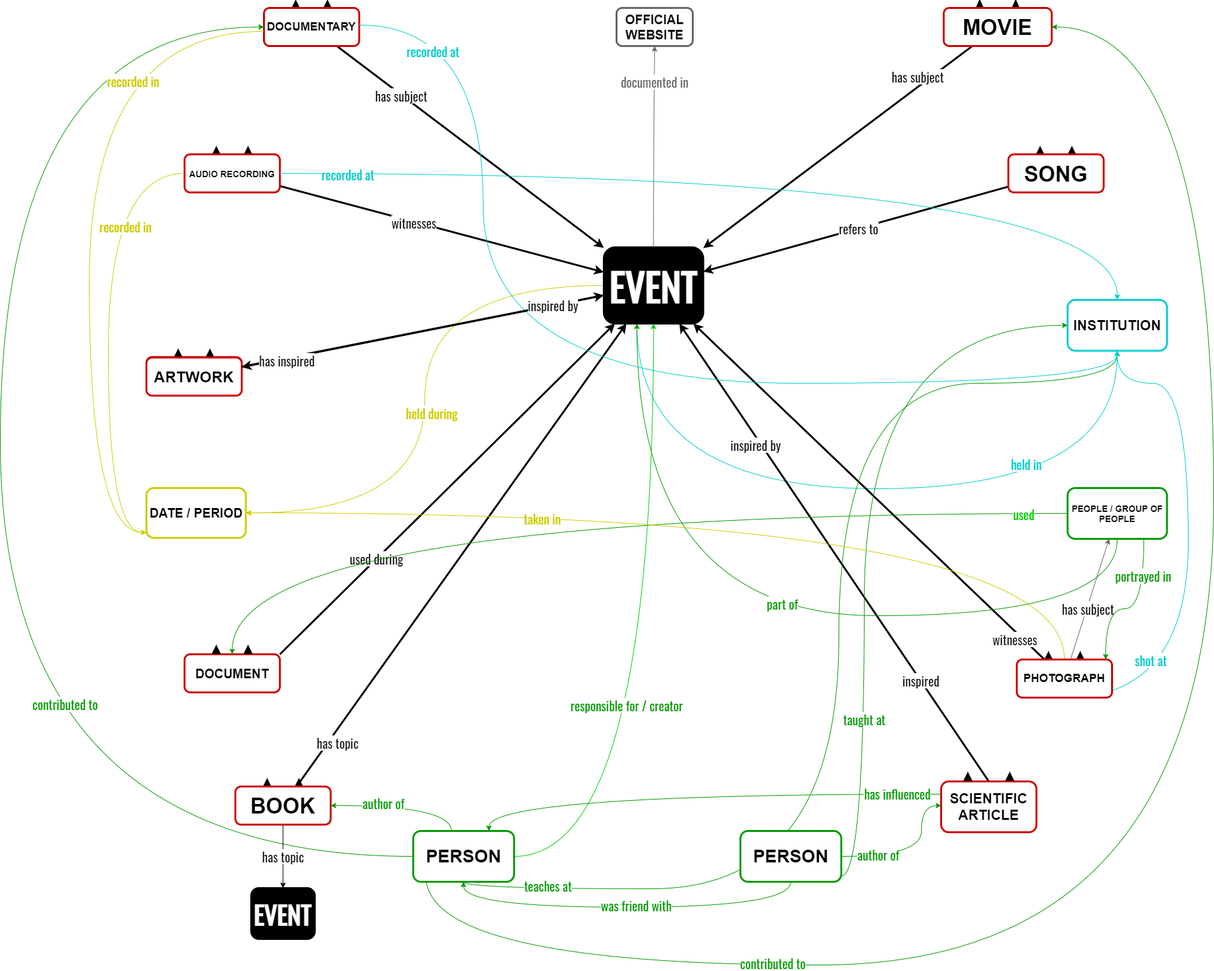
Before: assets/img/lucifer/SPE_Enhanced_ER_Model.png, a diagram exported from draw.io (lauratravaglini/spelod.github.io). Source tidied: cells renumbered, new cells last; positions are measured from the earlier drawing's top-left corner, leaving out a move shared by most shapes.
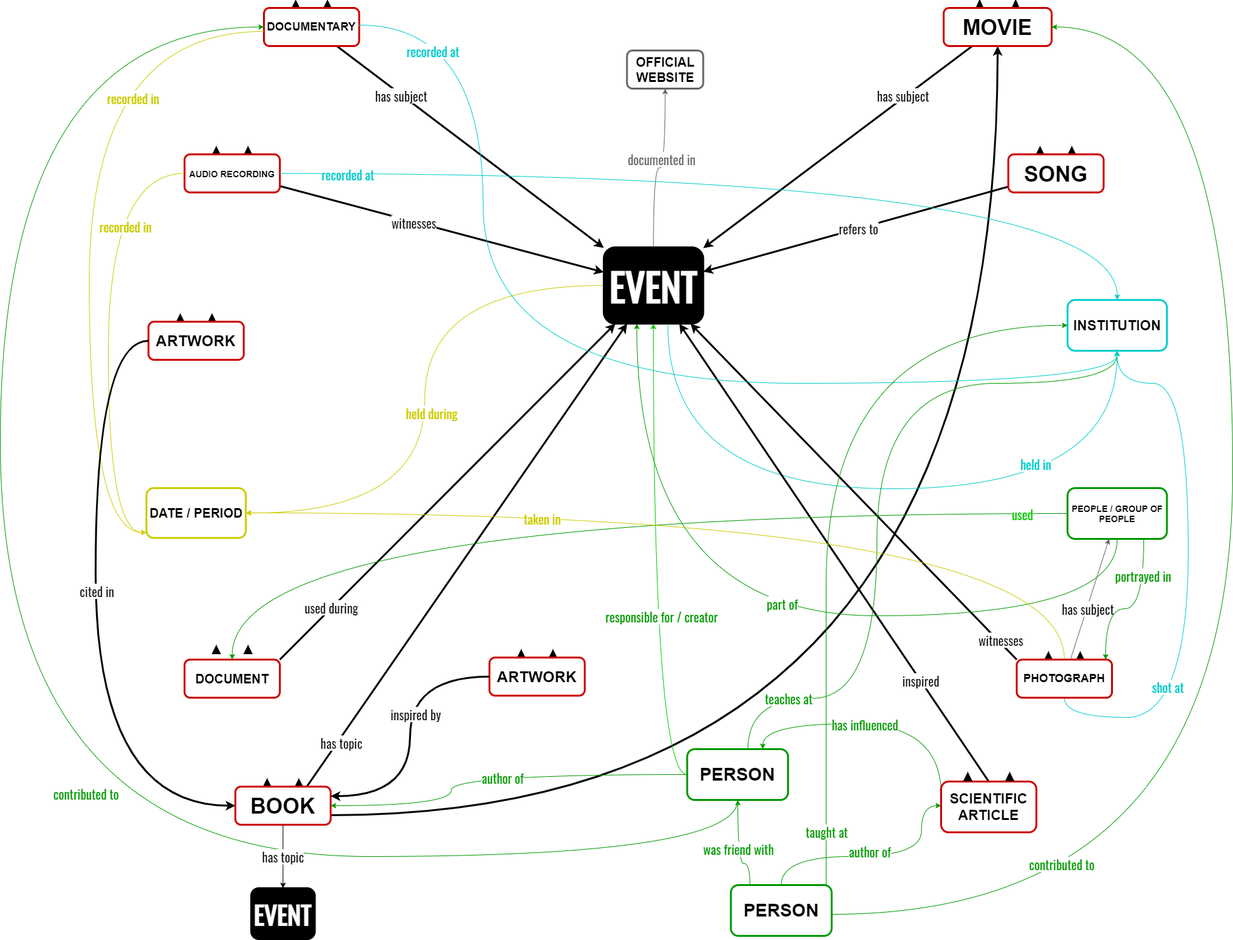
The same file after the commit.

Diff of the diagram source:
```diff
@@ -4,6 +4,9 @@
     <mxCell id="1" parent="0" />
+    <mxCell id="118" style="edgeStyle=orthogonalEdgeStyle;curved=1;rounded=0;jettySize=auto;html=1;fontSize=20;fontColor=#000000;strokeColor=#000800;strokeWidth=3;exitX=1;exitY=0.75;exitDx=0;exitDy=0;" parent="1" edge="1" source="52" target="39">
+      <mxGeometry relative="1" as="geometry" />
+    </mxCell>
-    <mxCell id="2" style="edgeStyle=orthogonalEdgeStyle;curved=1;rounded=0;jettySize=auto;html=1;fontSize=16;fontColor=#00CCcc;strokeColor=#00CCcc;strokeWidth=1;" parent="1" edge="1" source="8" target="76">
+    <mxCell id="2" style="edgeStyle=orthogonalEdgeStyle;curved=1;rounded=0;jettySize=auto;html=1;fontSize=16;fontColor=#00CCcc;strokeColor=#00CCcc;strokeWidth=1;exitX=0.645;exitY=1.017;exitDx=0;exitDy=0;exitPerimeter=0;" parent="1" edge="1" source="8" target="76">
       <mxGeometry relative="1" as="geometry">
         <Array as="points">
-          <mxPoint x="1002" y="767" />
+          <mxPoint x="1051" y="767" />
           <mxPoint x="1758" y="767" />
@@ -29,3 +32,5 @@
     <mxCell id="7" value="&lt;font color=&quot;#666666&quot; style=&quot;font-size: 20px;&quot;&gt;documented in&lt;/font&gt;" style="edgeLabel;html=1;align=center;verticalAlign=middle;fontSize=20;fontColor=#000000;fontFamily=Oswald;" parent="6" vertex="1">
-      <mxGeometry x="0.65" y="1" relative="1" as="geometry" />
+      <mxGeometry x="0.65" y="1" relative="1" as="geometry">
+        <mxPoint x="-6" y="64" as="offset" />
+      </mxGeometry>
     </mxCell>
@@ -68,6 +73,6 @@
       <mxGeometry x="-0.38" y="1" relative="1" as="geometry">
-        <mxPoint x="-11" y="9" as="offset" />
+        <mxPoint x="-82" y="80" as="offset" />
       </mxGeometry>
     </mxCell>
-    <mxCell id="18" style="edgeStyle=none;rounded=0;jettySize=auto;html=1;fontSize=38;fontColor=#666;strokeWidth=3;" parent="1" edge="1" source="52" target="8">
+    <mxCell id="18" style="edgeStyle=none;rounded=0;jettySize=auto;html=1;fontSize=38;fontColor=#666;strokeWidth=3;exitX=0.75;exitY=0;exitDx=0;exitDy=0;" parent="1" edge="1" source="52" target="8">
       <mxGeometry relative="1" as="geometry" />
@@ -84,3 +89,3 @@
       <mxGeometry x="-0.26" y="-2" relative="1" as="geometry">
-        <mxPoint x="72" y="-70" as="offset" />
+        <mxPoint x="49" y="-40" as="offset" />
       </mxGeometry>
@@ -95,3 +100,3 @@
     </mxCell>
-    <mxCell id="24" style="edgeStyle=none;rounded=0;jettySize=auto;html=1;fontFamily=Oswald;fontSource=https%3A%2F%2Ffonts.googleapis.com%2Fcss%3Ffamily%3DOswald;fontSize=16;strokeWidth=3;" parent="1" edge="1" source="101" target="8">
+    <mxCell id="24" style="edgeStyle=none;rounded=0;jettySize=auto;html=1;fontFamily=Oswald;fontSource=https%3A%2F%2Ffonts.googleapis.com%2Fcss%3Ffamily%3DOswald;fontSize=16;strokeWidth=3;exitX=0;exitY=0;exitDx=0;exitDy=0;" parent="1" edge="1" source="101" target="8">
       <mxGeometry relative="1" as="geometry" />
@@ -159,16 +164,4 @@
     </mxCell>
-    <mxCell id="44" style="group;fontSize=15;" parent="1" vertex="1">
-      <mxGeometry x="230" y="549.8" width="150" height="70" as="geometry" />
-    </mxCell>
-    <mxCell id="45" style="triangle;whiteSpace=wrap;html=1;strokeColor=#000000;strokeWidth=3;fillColor=#000000;rotation=-90;" parent="44" vertex="1">
-      <mxGeometry x="45" width="10" height="10" as="geometry" />
-    </mxCell>
-    <mxCell id="46" style="triangle;whiteSpace=wrap;html=1;strokeColor=#000000;strokeWidth=3;fillColor=#000000;rotation=-90;" parent="44" vertex="1">
-      <mxGeometry x="95" width="10" height="10" as="geometry" />
-    </mxCell>
-    <mxCell id="47" value="&lt;b&gt;&lt;font style=&quot;font-size: 24px&quot;&gt;ARTWORK&lt;/font&gt;&lt;/b&gt;" style="rounded=1;whiteSpace=wrap;html=1;strokeWidth=3;strokeColor=#CC0000;" parent="44" vertex="1">
-      <mxGeometry y="10" width="150" height="60" as="geometry" />
-    </mxCell>
     <mxCell id="48" value="&lt;font face=&quot;helvetica&quot; size=&quot;1&quot;&gt;&lt;b style=&quot;font-size: 20px&quot;&gt;DOCUMENT&lt;/b&gt;&lt;/font&gt;" style="rounded=1;whiteSpace=wrap;html=1;strokeWidth=3;strokeColor=#CC0000;" parent="1" vertex="1">
-      <mxGeometry x="290" y="1027.8" width="150" height="60" as="geometry" />
+      <mxGeometry x="290" y="1036" width="150" height="60" as="geometry" />
     </mxCell>
@@ -187,3 +180,3 @@
     <mxCell id="53" style="group;fontSize=15;" parent="1" vertex="1">
-      <mxGeometry x="230" y="550.5" width="150" height="70" as="geometry" />
+      <mxGeometry x="233.2" y="494" width="150" height="70" as="geometry" />
     </mxCell>
@@ -223,3 +216,7 @@
     <mxCell id="62" style="edgeStyle=orthogonalEdgeStyle;curved=1;rounded=0;jettySize=auto;html=1;fontSize=24;strokeWidth=1;fontColor=#00CC00;strokeColor=#00CC00;" parent="1" edge="1" source="74" target="8">
-      <mxGeometry relative="1" as="geometry" />
+      <mxGeometry relative="1" as="geometry">
+        <Array as="points">
+          <mxPoint x="1028" y="1217" />
+        </Array>
+      </mxGeometry>
     </mxCell>
@@ -227,10 +224,12 @@
       <mxGeometry x="0.2" y="-3" relative="1" as="geometry">
-        <mxPoint x="-46" y="178" as="offset" />
+        <mxPoint x="9" y="157" as="offset" />
       </mxGeometry>
     </mxCell>
-    <mxCell id="64" style="edgeStyle=orthogonalEdgeStyle;curved=1;rounded=0;jettySize=auto;html=1;fontSize=24;fontColor=#00CC00;strokeWidth=1;strokeColor=#009900;" parent="1" edge="1" source="74" target="76">
+    <mxCell id="64" style="edgeStyle=orthogonalEdgeStyle;curved=1;rounded=0;jettySize=auto;html=1;fontSize=24;fontColor=#00CC00;strokeWidth=1;strokeColor=#009900;exitX=0.603;exitY=0;exitDx=0;exitDy=0;exitPerimeter=0;" parent="1" edge="1" source="74" target="76">
       <mxGeometry relative="1" as="geometry">
         <Array as="points">
-          <mxPoint x="1320" y="1397" />
-          <mxPoint x="1320" y="601" />
+          <mxPoint x="1177" y="1097" />
+          <mxPoint x="1380" y="1097" />
+          <mxPoint x="1380" y="601" />
+          <mxPoint x="1758" y="601" />
         </Array>
@@ -240,17 +239,5 @@
       <mxGeometry x="-0.81" y="28" relative="1" as="geometry">
-        <mxPoint x="-37" y="22" as="offset" />
+        <mxPoint x="29" y="27" as="offset" />
       </mxGeometry>
     </mxCell>
-    <mxCell id="66" style="edgeStyle=orthogonalEdgeStyle;curved=1;rounded=0;jettySize=auto;html=1;fontSize=24;fontColor=#00CC00;strokeWidth=1;strokeColor=#009900;" parent="1" edge="1" source="74" target="52">
-      <mxGeometry relative="1" as="geometry">
-        <Array as="points">
-          <mxPoint x="710" y="1266" />
-        </Array>
-      </mxGeometry>
-    </mxCell>
-    <mxCell id="67" value="author of" style="edgeLabel;html=1;align=center;verticalAlign=middle;fontSize=20;fontFamily=Oswald;fontColor=#009900;" parent="66" vertex="1">
-      <mxGeometry x="0.29" y="4" relative="1" as="geometry">
-        <mxPoint y="-9" as="offset" />
-      </mxGeometry>
-    </mxCell>
     <mxCell id="68" style="edgeStyle=orthogonalEdgeStyle;curved=1;rounded=0;jettySize=auto;html=1;fontSize=16;fontColor=#00CCcc;strokeWidth=1;strokeColor=#009900;" parent="1" edge="1" source="90" target="74">
@@ -258,4 +245,4 @@
         <Array as="points">
-          <mxPoint x="1244" y="1426" />
-          <mxPoint x="729" y="1426" />
+          <mxPoint x="1180" y="1357" />
+          <mxPoint x="1161" y="1357" />
         </Array>
@@ -265,3 +252,3 @@
       <mxGeometry x="0.1" relative="1" as="geometry">
-        <mxPoint x="42" y="-4" as="offset" />
+        <mxPoint y="7" as="offset" />
       </mxGeometry>
@@ -281,9 +268,7 @@
     </mxCell>
-    <mxCell id="72" style="edgeStyle=orthogonalEdgeStyle;curved=1;rounded=0;jettySize=auto;html=1;entryX=1;entryY=0.5;entryDx=0;entryDy=0;fontSize=20;fontColor=#000000;strokeColor=#009900;strokeWidth=1;" parent="1" edge="1" target="39">
+    <mxCell id="72" style="edgeStyle=orthogonalEdgeStyle;curved=1;rounded=0;jettySize=auto;html=1;entryX=1;entryY=0.5;entryDx=0;entryDy=0;fontSize=20;fontColor=#000000;strokeColor=#009900;strokeWidth=1;" parent="1" edge="1" source="90" target="39">
       <mxGeometry relative="1" as="geometry">
-        <mxPoint x="670" y="1377" as="sourcePoint" />
         <Array as="points">
-          <mxPoint x="670" y="1517" />
-          <mxPoint x="1910" y="1517" />
-          <mxPoint x="1910" y="40" />
+          <mxPoint x="1940" y="1437" />
+          <mxPoint x="1940" y="40" />
         </Array>
@@ -293,3 +278,3 @@
       <mxGeometry x="-0.56" y="4" relative="1" as="geometry">
-        <mxPoint x="1" as="offset" />
+        <mxPoint x="-149" y="-76" as="offset" />
       </mxGeometry>
@@ -297,3 +282,3 @@
     <mxCell id="74" value="PERSON" style="rounded=1;whiteSpace=wrap;html=1;strokeWidth=3;fillColor=#FFFFFF;fontStyle=1;fontSize=28;strokeColor=#009900;" parent="1" vertex="1">
-      <mxGeometry x="650" y="1306" width="158.8" height="80" as="geometry" />
+      <mxGeometry x="1081.3" y="1177" width="158.8" height="80" as="geometry" />
     </mxCell>
@@ -305,7 +290,9 @@
     </mxCell>
-    <mxCell id="77" style="rounded=0;jettySize=auto;html=1;fontSize=38;strokeWidth=3;" parent="1" edge="1" source="47" target="8">
-      <mxGeometry relative="1" as="geometry" />
-    </mxCell>
     <mxCell id="78" style="edgeStyle=orthogonalEdgeStyle;curved=1;rounded=0;jettySize=auto;html=1;fontSize=16;fontColor=#00CC00;strokeWidth=1;entryX=0.75;entryY=0;entryDx=0;entryDy=0;strokeColor=#009900;exitX=0;exitY=0.25;exitDx=0;exitDy=0;" parent="1" edge="1" source="106" target="74">
-      <mxGeometry relative="1" as="geometry" />
+      <mxGeometry relative="1" as="geometry">
+        <Array as="points">
+          <mxPoint x="1481" y="1137" />
+          <mxPoint x="1200" y="1137" />
+        </Array>
+      </mxGeometry>
     </mxCell>
@@ -313,3 +300,3 @@
       <mxGeometry x="-0.66" y="1" relative="1" as="geometry">
-        <mxPoint x="62" y="-3" as="offset" />
+        <mxPoint x="-120" y="-37" as="offset" />
       </mxGeometry>
@@ -327,4 +314,6 @@
         <Array as="points">
-          <mxPoint x="1870" y="1097" />
+          <mxPoint x="1675" y="1127" />
+          <mxPoint x="1870" y="1127" />
           <mxPoint x="1870" y="601" />
+          <mxPoint x="1758" y="601" />
         </Array>
@@ -334,3 +323,3 @@
       <mxGeometry x="-0.39" y="27" relative="1" as="geometry">
-        <mxPoint x="-33" y="3" as="offset" />
+        <mxPoint x="-6" y="3" as="offset" />
       </mxGeometry>
@@ -354,4 +343,4 @@
         <Array as="points">
-          <mxPoint x="1360" y="1377" />
-          <mxPoint x="1360" y="510" />
+          <mxPoint x="1300" y="1327" />
+          <mxPoint x="1300" y="510" />
         </Array>
@@ -360,3 +349,5 @@
     <mxCell id="87" value="taught at" style="edgeLabel;html=1;align=center;verticalAlign=middle;fontSize=20;fontFamily=Oswald;fontColor=#009900;" parent="86" vertex="1">
-      <mxGeometry x="-0.54" y="1" relative="1" as="geometry" />
+      <mxGeometry x="-0.54" y="1" relative="1" as="geometry">
+        <mxPoint x="1" y="207" as="offset" />
+      </mxGeometry>
     </mxCell>
@@ -372,3 +363,3 @@
       <mxGeometry x="-0.68" y="4" relative="1" as="geometry">
-        <mxPoint x="19" as="offset" />
+        <mxPoint x="124" y="-5" as="offset" />
       </mxGeometry>
@@ -376,3 +367,3 @@
     <mxCell id="90" value="PERSON" style="rounded=1;whiteSpace=wrap;html=1;strokeWidth=3;fillColor=#FFFFFF;fontStyle=1;fontSize=28;strokeColor=#009900;" parent="1" vertex="1">
-      <mxGeometry x="1165" y="1306" width="158.8" height="80" as="geometry" />
+      <mxGeometry x="1150" y="1391" width="158.8" height="80" as="geometry" />
     </mxCell>
@@ -391,20 +382,2 @@
     </mxCell>
-    <mxCell id="93" style="rounded=0;jettySize=auto;html=1;fontSize=38;strokeWidth=3;" parent="1" edge="1" source="8" target="56">
-      <mxGeometry relative="1" as="geometry" />
-    </mxCell>
-    <mxCell id="94" value="inspired by" style="edgeLabel;html=1;align=center;verticalAlign=middle;fontSize=20;fontFamily=Oswald;" parent="93" vertex="1">
-      <mxGeometry x="-0.64" y="1" relative="1" as="geometry">
-        <mxPoint x="340" y="213" as="offset" />
-      </mxGeometry>
-    </mxCell>
-    <mxCell id="95" value="inspired by" style="edgeLabel;html=1;align=center;verticalAlign=middle;fontSize=20;fontColor=#000000;fontFamily=Oswald;" parent="93" vertex="1">
-      <mxGeometry x="-0.66" y="1" relative="1" as="geometry">
-        <mxPoint x="17" y="-6" as="offset" />
-      </mxGeometry>
-    </mxCell>
-    <mxCell id="96" value="has inspired" style="edgeLabel;html=1;align=center;verticalAlign=middle;fontSize=20;fontColor=#000000;fontFamily=Oswald;" parent="93" vertex="1">
-      <mxGeometry x="0.83" y="1" relative="1" as="geometry">
-        <mxPoint x="22" y="-3" as="offset" />
-      </mxGeometry>
-    </mxCell>
     <mxCell id="97" style="triangle;whiteSpace=wrap;html=1;strokeColor=#000000;strokeWidth=3;fillColor=#000000;rotation=-90;" parent="1" vertex="1">
@@ -450,3 +423,3 @@
     <mxCell id="109" value="&lt;font color=&quot;#000000&quot; style=&quot;font-size: 20px&quot;&gt;&lt;b&gt;OFFICIAL&lt;br&gt;WEBSITE&lt;/b&gt;&lt;/font&gt;" style="rounded=1;whiteSpace=wrap;html=1;fontSize=16;fontColor=#CCCC00;verticalAlign=middle;strokeColor=#666;strokeWidth=3;" parent="1" vertex="1">
-      <mxGeometry x="970" y="10" width="120" height="60" as="geometry" />
+      <mxGeometry x="986.5" y="77" width="120" height="60" as="geometry" />
     </mxCell>
@@ -472,3 +445,5 @@
     <mxCell id="113" value="recorded in" style="edgeLabel;html=1;align=center;verticalAlign=middle;fontSize=20;fontColor=#CCCC00;fontFamily=Oswald;" parent="112" vertex="1">
-      <mxGeometry x="-0.39" y="68" relative="1" as="geometry" />
+      <mxGeometry x="-0.39" y="68" relative="1" as="geometry">
+        <mxPoint y="27" as="offset" />
+      </mxGeometry>
     </mxCell>
@@ -486,2 +461,45 @@
     </mxCell>
+    <mxCell id="119" style="group;fontSize=15;" parent="1" vertex="1">
+      <mxGeometry x="770" y="1022.8" width="150" height="70" as="geometry" />
+    </mxCell>
+    <mxCell id="45" style="triangle;whiteSpace=wrap;html=1;strokeColor=#000000;strokeWidth=3;fillColor=#000000;rotation=-90;" parent="119" vertex="1">
+      <mxGeometry x="45" width="10" height="10" as="geometry" />
+    </mxCell>
+    <mxCell id="46" style="triangle;whiteSpace=wrap;html=1;strokeColor=#000000;strokeWidth=3;fillColor=#000000;rotation=-90;" parent="119" vertex="1">
+      <mxGeometry x="95" width="10" height="10" as="geometry" />
+    </mxCell>
+    <mxCell id="47" value="&lt;b&gt;&lt;font style=&quot;font-size: 24px&quot;&gt;ARTWORK&lt;/font&gt;&lt;/b&gt;" style="rounded=1;whiteSpace=wrap;html=1;strokeWidth=3;strokeColor=#CC0000;" parent="119" vertex="1">
+      <mxGeometry y="10" width="150" height="60" as="geometry" />
+    </mxCell>
+    <mxCell id="120" style="edgeStyle=orthogonalEdgeStyle;curved=1;rounded=0;jettySize=auto;html=1;entryX=0;entryY=0.5;entryDx=0;entryDy=0;fontSize=20;fontColor=#000000;strokeWidth=3;strokeColor=#000800;" parent="1" edge="1" source="56" target="52">
+      <mxGeometry relative="1" as="geometry">
+        <Array as="points">
+          <mxPoint x="150" y="534" />
+          <mxPoint x="150" y="1266" />
+        </Array>
+      </mxGeometry>
+    </mxCell>
+    <mxCell id="121" value="cited in" style="edgeLabel;html=1;align=center;verticalAlign=middle;fontSize=20;fontColor=#000000;fontFamily=Oswald;" parent="120" vertex="1">
+      <mxGeometry x="-0.08" y="1" relative="1" as="geometry" />
+    </mxCell>
+    <mxCell id="122" style="edgeStyle=orthogonalEdgeStyle;curved=1;rounded=0;jettySize=auto;html=1;entryX=1;entryY=0.25;entryDx=0;entryDy=0;fontSize=20;fontColor=#000000;strokeColor=#000800;strokeWidth=3;" parent="1" edge="1" source="47" target="52">
+      <mxGeometry relative="1" as="geometry" />
+    </mxCell>
+    <mxCell id="95" value="inspired by" style="edgeLabel;html=1;align=center;verticalAlign=middle;fontSize=20;fontColor=#000000;fontFamily=Oswald;" parent="122" vertex="1">
+      <mxGeometry x="-0.16" y="8" relative="1" as="geometry">
+        <mxPoint y="-1" as="offset" />
+      </mxGeometry>
+    </mxCell>
+    <mxCell id="66" style="edgeStyle=orthogonalEdgeStyle;curved=1;rounded=0;jettySize=auto;html=1;fontSize=24;fontColor=#00CC00;strokeWidth=1;strokeColor=#009900;" parent="1" edge="1" source="74" target="52">
+      <mxGeometry relative="1" as="geometry">
+        <Array as="points">
+          <mxPoint x="710" y="1266" />
+        </Array>
+      </mxGeometry>
+    </mxCell>
+    <mxCell id="67" value="author of" style="edgeLabel;html=1;align=center;verticalAlign=middle;fontSize=20;fontFamily=Oswald;fontColor=#009900;" parent="66" vertex="1">
+      <mxGeometry x="0.29" y="4" relative="1" as="geometry">
+        <mxPoint x="76" y="-17" as="offset" />
+      </mxGeometry>
+    </mxCell>
   </root>
```
